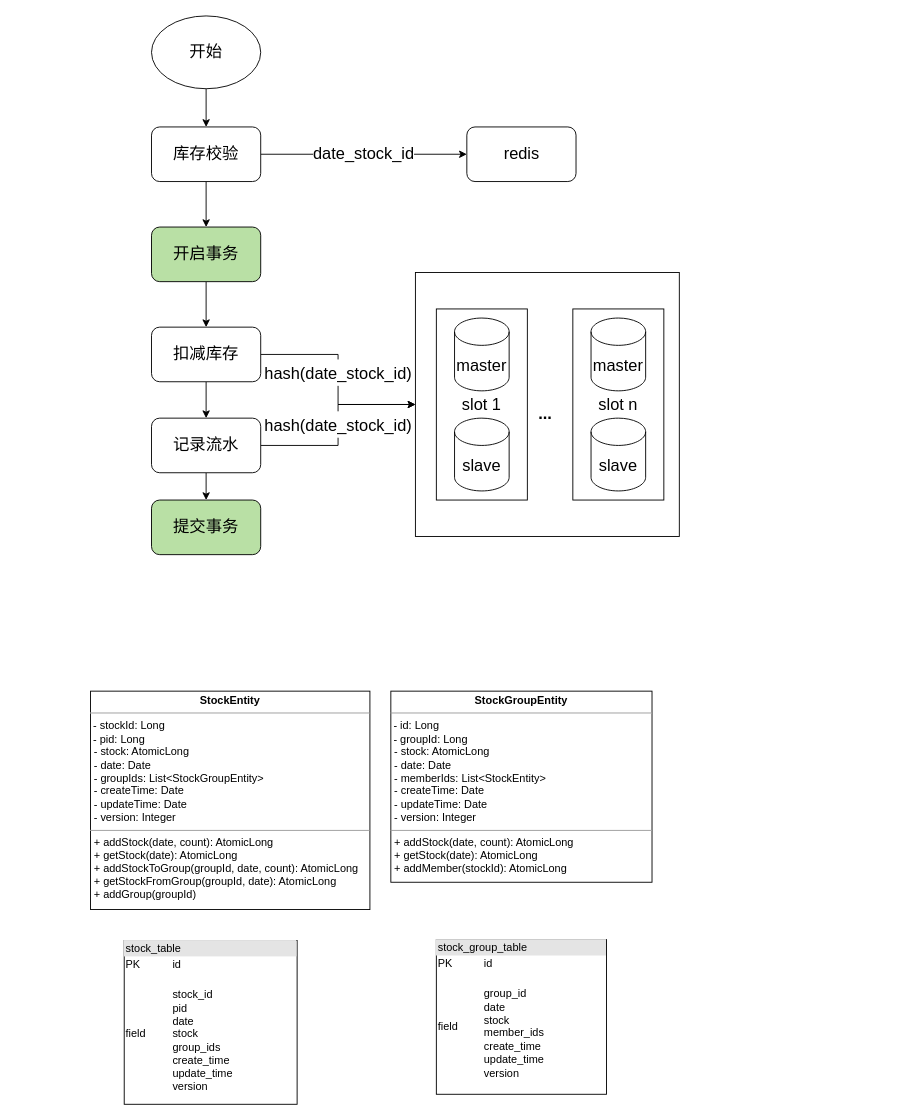
Above: Untitled Diagram.drawio in jesesun/draft (draw.io), before the change. Source tidied: cells renumbered, new cells numbered last; positions are measured from the earlier drawing's top-left corner, leaving out a move shared by most shapes. Both pictures are drawn from the tidied source at 91%, with x=0, y=0 at pixel (90, 15).
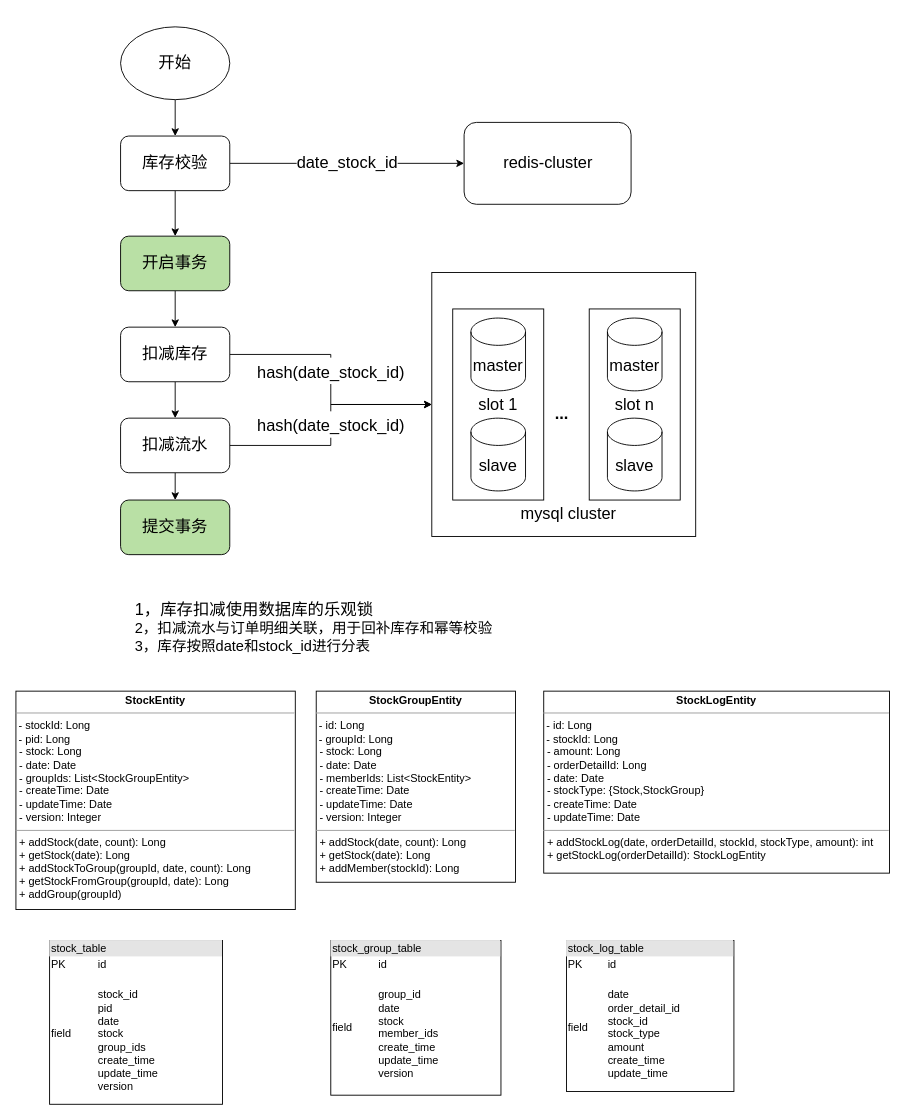
The same diagram, later.

Diff of the diagram source:
```diff
@@
     <mxCell id="2" style="whiteSpace=wrap;html=1;fontSize=24;" parent="1" vertex="1">
-      <mxGeometry x="357" y="282" width="290" height="290" as="geometry" />
+      <mxGeometry x="375" y="282" width="290" height="290" as="geometry" />
     </mxCell>
     <mxCell id="3" value="&lt;font style=&quot;font-size: 18px&quot;&gt;slot 1&lt;/font&gt;" style="rounded=0;whiteSpace=wrap;html=1;" parent="1" vertex="1">
-      <mxGeometry x="380" y="322" width="100" height="210" as="geometry" />
+      <mxGeometry x="398" y="322" width="100" height="210" as="geometry" />
     </mxCell>
-    <mxCell id="4" value="&lt;p style=&quot;margin: 0px ; margin-top: 4px ; text-align: center&quot;&gt;&lt;b&gt;StockEntity&lt;/b&gt;&lt;/p&gt;&lt;hr size=&quot;1&quot;&gt;&amp;nbsp;- stockId: Long&amp;nbsp;&lt;br&gt;&amp;nbsp;- pid: Long&lt;br&gt;&lt;p style=&quot;margin: 0px ; margin-left: 4px&quot;&gt;- stock: AtomicLong&lt;/p&gt;&lt;p style=&quot;margin: 0px ; margin-left: 4px&quot;&gt;- date: Date&lt;/p&gt;&lt;p style=&quot;margin: 0px ; margin-left: 4px&quot;&gt;- groupIds: List&amp;lt;StockGroupEntity&amp;gt;&lt;br&gt;- createTime: Date&lt;br&gt;- updateTime: Date&lt;br&gt;- version: Integer&lt;/p&gt;&lt;hr size=&quot;1&quot;&gt;&lt;p style=&quot;margin: 0px ; margin-left: 4px&quot;&gt;+ addStock(date, count): AtomicLong&lt;/p&gt;&lt;p style=&quot;margin: 0px ; margin-left: 4px&quot;&gt;+ getStock(date): AtomicLong&lt;br&gt;&lt;/p&gt;&lt;p style=&quot;margin: 0px 0px 0px 4px&quot;&gt;+ addStockToGroup(groupId, date, count): AtomicLong&lt;/p&gt;&lt;p style=&quot;margin: 0px 0px 0px 4px&quot;&gt;+ getStockFromGroup(groupId, date): AtomicLong&lt;br&gt;&lt;/p&gt;&lt;p style=&quot;margin: 0px 0px 0px 4px&quot;&gt;+ addGroup(groupId)&lt;/p&gt;" style="verticalAlign=top;align=left;overflow=fill;fontSize=12;fontFamily=Helvetica;html=1;" parent="1" vertex="1">
-      <mxGeometry y="742" width="307" height="240" as="geometry" />
+    <mxCell id="4" value="&lt;p style=&quot;margin: 0px ; margin-top: 4px ; text-align: center&quot;&gt;&lt;b&gt;StockEntity&lt;/b&gt;&lt;/p&gt;&lt;hr size=&quot;1&quot;&gt;&amp;nbsp;- stockId: Long&amp;nbsp;&lt;br&gt;&amp;nbsp;- pid: Long&lt;br&gt;&lt;p style=&quot;margin: 0px ; margin-left: 4px&quot;&gt;- stock: Long&lt;/p&gt;&lt;p style=&quot;margin: 0px ; margin-left: 4px&quot;&gt;- date: Date&lt;/p&gt;&lt;p style=&quot;margin: 0px ; margin-left: 4px&quot;&gt;- groupIds: List&amp;lt;StockGroupEntity&amp;gt;&lt;br&gt;- createTime: Date&lt;br&gt;- updateTime: Date&lt;br&gt;- version: Integer&lt;/p&gt;&lt;hr size=&quot;1&quot;&gt;&lt;p style=&quot;margin: 0px ; margin-left: 4px&quot;&gt;+ addStock(date, count): Long&lt;/p&gt;&lt;p style=&quot;margin: 0px ; margin-left: 4px&quot;&gt;+ getStock(date): Long&lt;br&gt;&lt;/p&gt;&lt;p style=&quot;margin: 0px 0px 0px 4px&quot;&gt;+ addStockToGroup(groupId, date, count): Long&lt;/p&gt;&lt;p style=&quot;margin: 0px 0px 0px 4px&quot;&gt;+ getStockFromGroup(groupId, date): Long&lt;br&gt;&lt;/p&gt;&lt;p style=&quot;margin: 0px 0px 0px 4px&quot;&gt;+ addGroup(groupId)&lt;/p&gt;" style="verticalAlign=top;align=left;overflow=fill;fontSize=12;fontFamily=Helvetica;html=1;" parent="1" vertex="1">
+      <mxGeometry x="-82" y="742" width="307" height="240" as="geometry" />
     </mxCell>
-    <mxCell id="5" value="&lt;p style=&quot;margin: 0px ; margin-top: 4px ; text-align: center&quot;&gt;&lt;b&gt;StockGroupEntity&lt;/b&gt;&lt;/p&gt;&lt;hr size=&quot;1&quot;&gt;&amp;nbsp;- id: Long&lt;br&gt;&amp;nbsp;- groupId: Long&lt;br&gt;&lt;p style=&quot;margin: 0px ; margin-left: 4px&quot;&gt;- stock: AtomicLong&lt;/p&gt;&lt;p style=&quot;margin: 0px ; margin-left: 4px&quot;&gt;- date: Date&lt;/p&gt;&lt;p style=&quot;margin: 0px ; margin-left: 4px&quot;&gt;- memberIds: List&amp;lt;StockEntity&amp;gt;&lt;br&gt;- createTime: Date&lt;br&gt;- updateTime: Date&lt;br&gt;- version: Integer&lt;br&gt;&lt;/p&gt;&lt;hr size=&quot;1&quot;&gt;&lt;p style=&quot;margin: 0px ; margin-left: 4px&quot;&gt;+ addStock(date, count): AtomicLong&lt;/p&gt;&lt;p style=&quot;margin: 0px ; margin-left: 4px&quot;&gt;+ getStock(date): AtomicLong&lt;br&gt;&lt;/p&gt;&lt;p style=&quot;margin: 0px 0px 0px 4px&quot;&gt;+ addMember(stockId): AtomicLong&lt;/p&gt;" style="verticalAlign=top;align=left;overflow=fill;fontSize=12;fontFamily=Helvetica;html=1;" parent="1" vertex="1">
-      <mxGeometry x="330" y="742" width="287" height="210" as="geometry" />
+    <mxCell id="5" value="&lt;p style=&quot;margin: 0px ; margin-top: 4px ; text-align: center&quot;&gt;&lt;b&gt;StockGroupEntity&lt;/b&gt;&lt;/p&gt;&lt;hr size=&quot;1&quot;&gt;&amp;nbsp;- id: Long&lt;br&gt;&amp;nbsp;- groupId: Long&lt;br&gt;&lt;p style=&quot;margin: 0px ; margin-left: 4px&quot;&gt;- stock: Long&lt;/p&gt;&lt;p style=&quot;margin: 0px ; margin-left: 4px&quot;&gt;- date: Date&lt;/p&gt;&lt;p style=&quot;margin: 0px ; margin-left: 4px&quot;&gt;- memberIds: List&amp;lt;StockEntity&amp;gt;&lt;br&gt;- createTime: Date&lt;br&gt;- updateTime: Date&lt;br&gt;- version: Integer&lt;br&gt;&lt;/p&gt;&lt;hr size=&quot;1&quot;&gt;&lt;p style=&quot;margin: 0px ; margin-left: 4px&quot;&gt;+ addStock(date, count): Long&lt;/p&gt;&lt;p style=&quot;margin: 0px ; margin-left: 4px&quot;&gt;+ getStock(date): Long&lt;br&gt;&lt;/p&gt;&lt;p style=&quot;margin: 0px 0px 0px 4px&quot;&gt;+ addMember(stockId): Long&lt;/p&gt;" style="verticalAlign=top;align=left;overflow=fill;fontSize=12;fontFamily=Helvetica;html=1;" parent="1" vertex="1">
+      <mxGeometry x="248" y="742" width="219" height="210" as="geometry" />
     </mxCell>
     <mxCell id="6" value="&lt;div style=&quot;box-sizing: border-box ; width: 100% ; background: #e4e4e4 ; padding: 2px&quot;&gt;stock_table&lt;/div&gt;&lt;table style=&quot;width: 100% ; font-size: 1em&quot; cellpadding=&quot;2&quot; cellspacing=&quot;0&quot;&gt;&lt;tbody&gt;&lt;tr&gt;&lt;td&gt;PK&lt;/td&gt;&lt;td&gt;id&lt;/td&gt;&lt;/tr&gt;&lt;tr&gt;&lt;td&gt;field&lt;/td&gt;&lt;td&gt;&lt;br&gt;stock_id&lt;br&gt;pid&lt;br&gt;date&lt;br&gt;stock&lt;br&gt;group_ids&lt;br&gt;create_time&lt;br&gt;update_time&lt;br&gt;version&lt;/td&gt;&lt;/tr&gt;&lt;/tbody&gt;&lt;/table&gt;" style="verticalAlign=top;align=left;overflow=fill;html=1;" parent="1" vertex="1">
-      <mxGeometry x="37" y="1016" width="190" height="180" as="geometry" />
+      <mxGeometry x="-45" y="1016" width="190" height="180" as="geometry" />
     </mxCell>
     <mxCell id="7" value="&lt;div style=&quot;box-sizing: border-box ; width: 100% ; background: #e4e4e4 ; padding: 2px&quot;&gt;stock_group_table&lt;/div&gt;&lt;table style=&quot;width: 100% ; font-size: 1em&quot; cellpadding=&quot;2&quot; cellspacing=&quot;0&quot;&gt;&lt;tbody&gt;&lt;tr&gt;&lt;td&gt;PK&lt;/td&gt;&lt;td&gt;id&lt;/td&gt;&lt;/tr&gt;&lt;tr&gt;&lt;td&gt;field&lt;/td&gt;&lt;td&gt;&lt;br&gt;group_id&lt;br&gt;date&lt;br&gt;stock&lt;br&gt;member_ids&lt;br&gt;create_time&lt;br&gt;update_time&lt;br&gt;version&lt;/td&gt;&lt;/tr&gt;&lt;/tbody&gt;&lt;/table&gt;" style="verticalAlign=top;align=left;overflow=fill;html=1;" parent="1" vertex="1">
-      <mxGeometry x="380" y="1015" width="187" height="170" as="geometry" />
+      <mxGeometry x="264" y="1016" width="187" height="170" as="geometry" />
     </mxCell>
@@
     <mxCell id="9" value="&lt;font style=&quot;font-size: 18px&quot;&gt;开始&lt;/font&gt;" style="ellipse;whiteSpace=wrap;html=1;" parent="1" vertex="1">
-      <mxGeometry x="67" width="120" height="80" as="geometry" />
+      <mxGeometry x="33" y="12" width="120" height="80" as="geometry" />
     </mxCell>
@@
     <mxCell id="12" value="&lt;font style=&quot;font-size: 18px&quot;&gt;库存校验&lt;/font&gt;" style="rounded=1;whiteSpace=wrap;html=1;" parent="1" vertex="1">
-      <mxGeometry x="67" y="122" width="120" height="60" as="geometry" />
+      <mxGeometry x="33" y="132" width="120" height="60" as="geometry" />
     </mxCell>
@@
     <mxCell id="14" value="&lt;font style=&quot;font-size: 18px&quot;&gt;开启事务&lt;/font&gt;" style="rounded=1;whiteSpace=wrap;html=1;fillColor=#B9E0A5;" parent="1" vertex="1">
-      <mxGeometry x="67" y="232" width="120" height="60" as="geometry" />
+      <mxGeometry x="33" y="242" width="120" height="60" as="geometry" />
     </mxCell>
@@
     <mxCell id="17" value="&lt;font style=&quot;font-size: 18px&quot;&gt;扣减库存&lt;/font&gt;" style="rounded=1;whiteSpace=wrap;html=1;" parent="1" vertex="1">
-      <mxGeometry x="67" y="342" width="120" height="60" as="geometry" />
+      <mxGeometry x="33" y="342" width="120" height="60" as="geometry" />
     </mxCell>
@@
-    <mxCell id="20" value="&lt;font style=&quot;font-size: 18px&quot;&gt;记录流水&lt;/font&gt;" style="rounded=1;whiteSpace=wrap;html=1;" parent="1" vertex="1">
-      <mxGeometry x="67" y="442" width="120" height="60" as="geometry" />
+    <mxCell id="20" value="&lt;font style=&quot;font-size: 18px&quot;&gt;扣减流水&lt;/font&gt;" style="rounded=1;whiteSpace=wrap;html=1;" parent="1" vertex="1">
+      <mxGeometry x="33" y="442" width="120" height="60" as="geometry" />
     </mxCell>
     <mxCell id="21" value="&lt;font style=&quot;font-size: 18px&quot;&gt;提交事务&lt;/font&gt;" style="rounded=1;whiteSpace=wrap;html=1;fillColor=#B9E0A5;" parent="1" vertex="1">
-      <mxGeometry x="67" y="532" width="120" height="60" as="geometry" />
+      <mxGeometry x="33" y="532" width="120" height="60" as="geometry" />
     </mxCell>
     <mxCell id="22" value="&lt;font style=&quot;font-size: 18px&quot;&gt;master&lt;/font&gt;" style="shape=cylinder3;whiteSpace=wrap;html=1;boundedLbl=1;backgroundOutline=1;size=15;" parent="1" vertex="1">
-      <mxGeometry x="400" y="332" width="60" height="80" as="geometry" />
+      <mxGeometry x="418" y="332" width="60" height="80" as="geometry" />
     </mxCell>
     <mxCell id="23" value="&lt;font style=&quot;font-size: 18px&quot;&gt;slave&lt;/font&gt;" style="shape=cylinder3;whiteSpace=wrap;html=1;boundedLbl=1;backgroundOutline=1;size=15;" parent="1" vertex="1">
-      <mxGeometry x="400" y="442" width="60" height="80" as="geometry" />
+      <mxGeometry x="418" y="442" width="60" height="80" as="geometry" />
     </mxCell>
     <mxCell id="24" value="&lt;font style=&quot;font-size: 18px&quot;&gt;slot n&lt;/font&gt;" style="rounded=0;whiteSpace=wrap;html=1;" parent="1" vertex="1">
-      <mxGeometry x="530" y="322" width="100" height="210" as="geometry" />
+      <mxGeometry x="548" y="322" width="100" height="210" as="geometry" />
     </mxCell>
     <mxCell id="25" value="&lt;font style=&quot;font-size: 18px&quot;&gt;master&lt;/font&gt;" style="shape=cylinder3;whiteSpace=wrap;html=1;boundedLbl=1;backgroundOutline=1;size=15;" parent="1" vertex="1">
-      <mxGeometry x="550" y="332" width="60" height="80" as="geometry" />
+      <mxGeometry x="568" y="332" width="60" height="80" as="geometry" />
     </mxCell>
     <mxCell id="26" value="&lt;font style=&quot;font-size: 18px&quot;&gt;slave&lt;/font&gt;" style="shape=cylinder3;whiteSpace=wrap;html=1;boundedLbl=1;backgroundOutline=1;size=15;" parent="1" vertex="1">
-      <mxGeometry x="550" y="442" width="60" height="80" as="geometry" />
+      <mxGeometry x="568" y="442" width="60" height="80" as="geometry" />
     </mxCell>
     <mxCell id="27" value="&lt;font style=&quot;font-size: 18px&quot;&gt;&lt;b&gt;...&lt;/b&gt;&lt;/font&gt;" style="text;html=1;strokeColor=none;fillColor=none;align=center;verticalAlign=middle;whiteSpace=wrap;rounded=0;" parent="1" vertex="1">
-      <mxGeometry x="470" y="422" width="60" height="30" as="geometry" />
+      <mxGeometry x="488" y="422" width="60" height="30" as="geometry" />
     </mxCell>
-    <mxCell id="28" value="redis" style="rounded=1;whiteSpace=wrap;html=1;fontSize=18;" parent="1" vertex="1">
-      <mxGeometry x="413.5" y="122" width="120" height="60" as="geometry" />
+    <mxCell id="28" value="redis-cluster" style="rounded=1;whiteSpace=wrap;html=1;fontSize=18;" parent="1" vertex="1">
+      <mxGeometry x="410.5" y="117" width="183.5" height="90" as="geometry" />
     </mxCell>
+    <mxCell id="29" value="&lt;font style=&quot;font-size: 18px&quot;&gt;1，库存扣减使用数据库的乐观锁&lt;br&gt;&lt;/font&gt;&lt;div&gt;&lt;span&gt;&lt;font size=&quot;3&quot;&gt;2，扣减流水与订单明细关联，用于回补库存和幂等校验&lt;br&gt;3，库存按照date和stock_id进行分表&lt;/font&gt;&lt;/span&gt;&lt;/div&gt;" style="text;html=1;strokeColor=none;fillColor=none;align=left;verticalAlign=middle;whiteSpace=wrap;rounded=0;" parent="1" vertex="1">
+      <mxGeometry x="47" y="632" width="490" height="80" as="geometry" />
+    </mxCell>
+    <mxCell id="30" value="mysql cluster" style="text;html=1;strokeColor=none;fillColor=none;align=center;verticalAlign=middle;whiteSpace=wrap;rounded=0;fontSize=18;" parent="1" vertex="1">
+      <mxGeometry x="457" y="532" width="137" height="30" as="geometry" />
+    </mxCell>
+    <mxCell id="31" value="&lt;p style=&quot;margin: 0px ; margin-top: 4px ; text-align: center&quot;&gt;&lt;b&gt;StockLogEntity&lt;/b&gt;&lt;/p&gt;&lt;hr size=&quot;1&quot;&gt;&amp;nbsp;- id: Long&lt;br&gt;&amp;nbsp;- stockId: Long&lt;br&gt;&lt;p style=&quot;margin: 0px ; margin-left: 4px&quot;&gt;- amount: Long&lt;/p&gt;&lt;p style=&quot;margin: 0px ; margin-left: 4px&quot;&gt;- orderDetailId: Long&lt;br&gt;&lt;/p&gt;&lt;p style=&quot;margin: 0px ; margin-left: 4px&quot;&gt;- date: Date&lt;/p&gt;&lt;p style=&quot;margin: 0px ; margin-left: 4px&quot;&gt;- stockType: {Stock,StockGroup}&lt;br&gt;- createTime: Date&lt;br&gt;- updateTime: Date&lt;br&gt;&lt;/p&gt;&lt;hr size=&quot;1&quot;&gt;&lt;p style=&quot;margin: 0px ; margin-left: 4px&quot;&gt;+ addStockLog(date, orderDetailId, stockId, stockType, amount): int&lt;/p&gt;&lt;p style=&quot;margin: 0px ; margin-left: 4px&quot;&gt;+ getStockLog(orderDetailId): StockLogEntity&lt;/p&gt;" style="verticalAlign=top;align=left;overflow=fill;fontSize=12;fontFamily=Helvetica;html=1;" parent="1" vertex="1">
+      <mxGeometry x="498" y="742" width="380" height="200" as="geometry" />
+    </mxCell>
+    <mxCell id="32" value="&lt;div style=&quot;box-sizing: border-box ; width: 100% ; background: #e4e4e4 ; padding: 2px&quot;&gt;stock_log_table&lt;/div&gt;&lt;table style=&quot;width: 100% ; font-size: 1em&quot; cellpadding=&quot;2&quot; cellspacing=&quot;0&quot;&gt;&lt;tbody&gt;&lt;tr&gt;&lt;td&gt;PK&lt;/td&gt;&lt;td&gt;id&lt;/td&gt;&lt;/tr&gt;&lt;tr&gt;&lt;td&gt;field&lt;/td&gt;&lt;td&gt;&lt;br&gt;date&lt;br&gt;order_detail_id&lt;br&gt;stock_id&lt;br&gt;stock_type&lt;br&gt;amount&lt;br&gt;create_time&lt;br&gt;update_time&lt;br&gt;&lt;/td&gt;&lt;/tr&gt;&lt;/tbody&gt;&lt;/table&gt;" style="verticalAlign=top;align=left;overflow=fill;html=1;" parent="1" vertex="1">
+      <mxGeometry x="523" y="1016" width="184" height="166" as="geometry" />
+    </mxCell>
```
